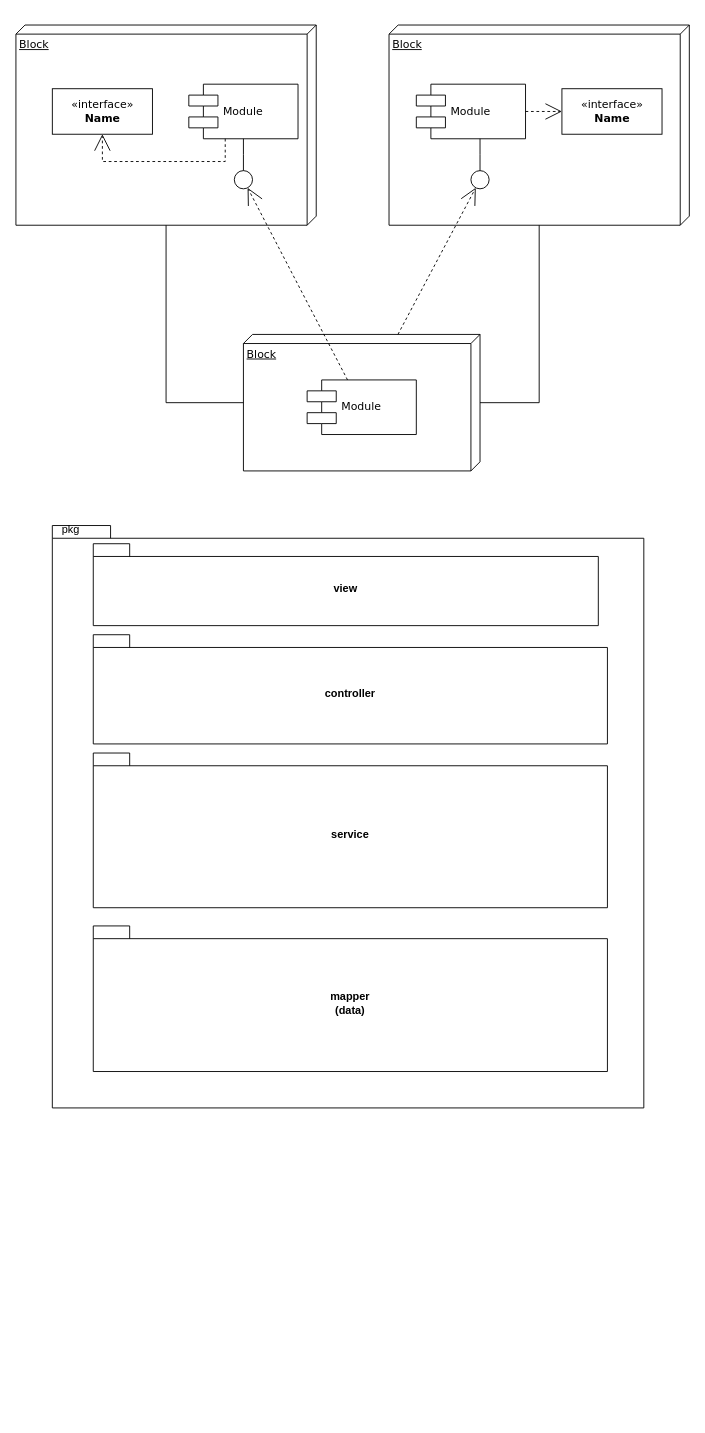
This is 包图.drawio from lar0129/draw.io, a draw.io file, before an edit. Source tidied: cells renumbered, new cells numbered last; positions are measured from the earlier drawing's top-left corner, leaving out a move shared by most shapes. Both pictures are drawn from the tidied source at 91%, with x=0, y=0 at pixel (15, 25). Pictures stored in the file or linked from it are replaced by grey dashed boxes.
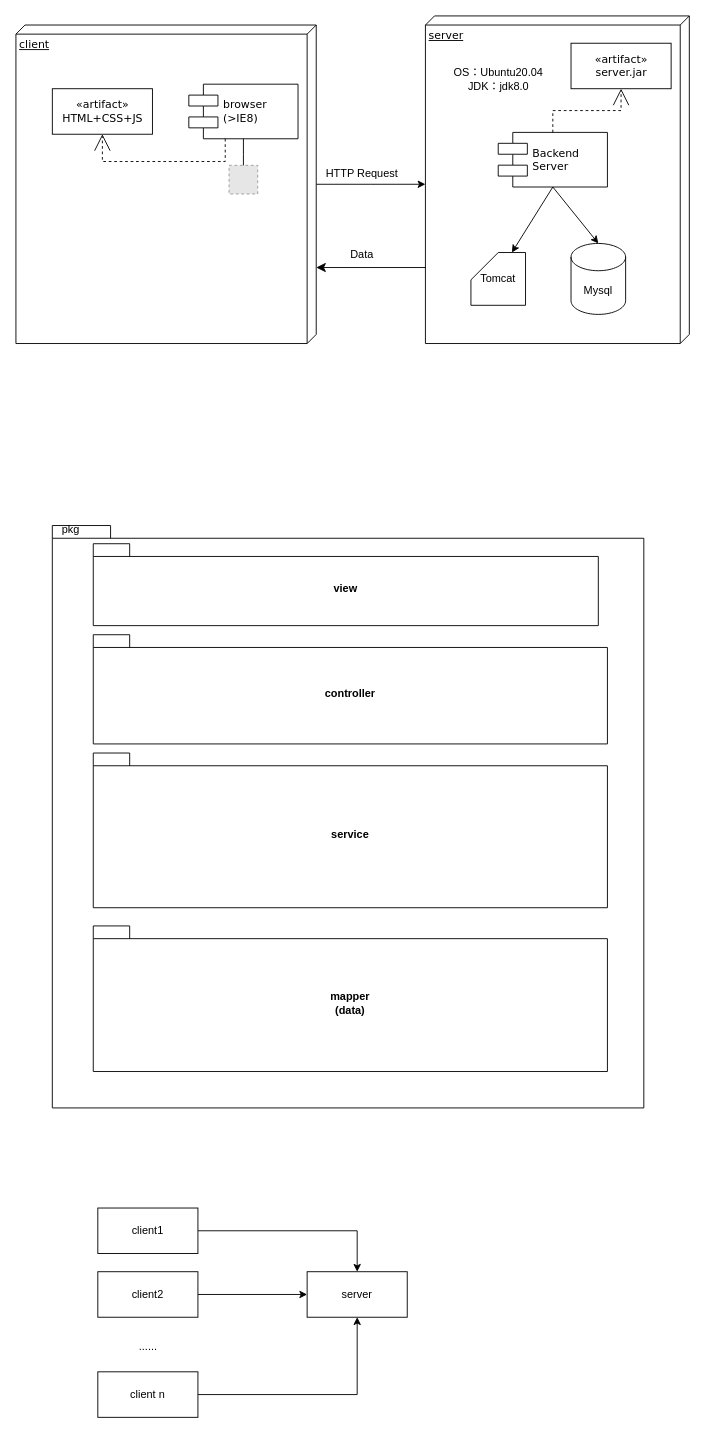
Above is the later version.

The change refers to these unchanged cells:
```xml
<mxCell id="7" style="ellipse;whiteSpace=wrap;html=1;rounded=0;shadow=0;comic=0;labelBackgroundColor=none;strokeWidth=1;fontFamily=Verdana;fontSize=12;align=center;" parent="1" vertex="1">
  <mxGeometry x="240" y="160" width="20" height="20" as="geometry" />
</mxCell>
```

The edit, as a diff of the source:
```diff
@@
+    <mxCell id="26" style="edgeStyle=orthogonalEdgeStyle;rounded=0;jettySize=auto;html=1;entryX=0;entryY=0;entryDx=185;entryDy=290;entryPerimeter=0;" parent="1" edge="1" source="2" target="3">
+      <mxGeometry relative="1" as="geometry" />
+    </mxCell>
-    <mxCell id="2" value="Block" style="verticalAlign=top;align=left;spacingTop=8;spacingLeft=2;spacingRight=12;shape=cube;size=10;direction=south;fontStyle=4;html=1;rounded=0;shadow=0;comic=0;labelBackgroundColor=none;strokeWidth=1;fontFamily=Verdana;fontSize=12;" parent="1" vertex="1">
-      <mxGeometry width="330" height="220" as="geometry" />
+    <mxCell id="2" value="client" style="verticalAlign=top;align=left;spacingTop=8;spacingLeft=2;spacingRight=12;shape=cube;size=10;direction=south;fontStyle=4;html=1;rounded=0;shadow=0;comic=0;labelBackgroundColor=none;strokeWidth=1;fontFamily=Verdana;fontSize=12;" parent="1" vertex="1">
+      <mxGeometry width="330" height="350" as="geometry" />
     </mxCell>
-    <mxCell id="3" value="Block" style="verticalAlign=top;align=left;spacingTop=8;spacingLeft=2;spacingRight=12;shape=cube;size=10;direction=south;fontStyle=4;html=1;rounded=0;shadow=0;comic=0;labelBackgroundColor=none;strokeWidth=1;fontFamily=Verdana;fontSize=12;" parent="1" vertex="1">
-      <mxGeometry x="410" width="330" height="220" as="geometry" />
+    <mxCell id="3" value="server" style="verticalAlign=top;align=left;spacingTop=8;spacingLeft=2;spacingRight=12;shape=cube;size=10;direction=south;fontStyle=4;html=1;rounded=0;shadow=0;comic=0;labelBackgroundColor=none;strokeWidth=1;fontFamily=Verdana;fontSize=12;" parent="1" vertex="1">
+      <mxGeometry x="450" y="-10" width="290" height="360" as="geometry" />
     </mxCell>
-    <mxCell id="4" value="Block" style="verticalAlign=top;align=left;spacingTop=8;spacingLeft=2;spacingRight=12;shape=cube;size=10;direction=south;fontStyle=4;html=1;rounded=0;shadow=0;comic=0;labelBackgroundColor=none;strokeWidth=1;fontFamily=Verdana;fontSize=12;" parent="1" vertex="1">
-      <mxGeometry x="250" y="340" width="260" height="150" as="geometry" />
-    </mxCell>
-    <mxCell id="5" value="&amp;laquo;interface&amp;raquo;&lt;br&gt;&lt;b&gt;Name&lt;/b&gt;" style="html=1;rounded=0;shadow=0;comic=0;labelBackgroundColor=none;strokeWidth=1;fontFamily=Verdana;fontSize=12;align=center;" parent="1" vertex="1">
+    <mxCell id="5" value="«artifact»&lt;br&gt;HTML+CSS+JS" style="html=1;rounded=0;shadow=0;comic=0;labelBackgroundColor=none;strokeWidth=1;fontFamily=Verdana;fontSize=12;align=center;" parent="1" vertex="1">
       <mxGeometry x="40" y="70" width="110" height="50" as="geometry" />
     </mxCell>
-    <mxCell id="6" value="Module" style="shape=component;align=left;spacingLeft=36;rounded=0;shadow=0;comic=0;labelBackgroundColor=none;strokeWidth=1;fontFamily=Verdana;fontSize=12;html=1;" parent="1" vertex="1">
+    <mxCell id="6" value="browser&lt;br&gt;(&amp;gt;IE8)" style="shape=component;align=left;spacingLeft=36;rounded=0;shadow=0;comic=0;labelBackgroundColor=none;strokeWidth=1;fontFamily=Verdana;fontSize=12;html=1;" parent="1" vertex="1">
       <mxGeometry x="190" y="65" width="120" height="60" as="geometry" />
     </mxCell>
@@
-    <mxCell id="8" value="Module" style="shape=component;align=left;spacingLeft=36;rounded=0;shadow=0;comic=0;labelBackgroundColor=none;strokeWidth=1;fontFamily=Verdana;fontSize=12;html=1;" parent="1" vertex="1">
-      <mxGeometry x="440" y="65" width="120" height="60" as="geometry" />
+    <mxCell id="8" value="Backend &lt;br&gt;Server" style="shape=component;align=left;spacingLeft=36;rounded=0;shadow=0;comic=0;labelBackgroundColor=none;strokeWidth=1;fontFamily=Verdana;fontSize=12;html=1;" parent="1" vertex="1">
+      <mxGeometry x="530" y="118" width="120" height="60" as="geometry" />
     </mxCell>
-    <mxCell id="9" value="&amp;laquo;interface&amp;raquo;&lt;br&gt;&lt;b&gt;Name&lt;/b&gt;" style="html=1;rounded=0;shadow=0;comic=0;labelBackgroundColor=none;strokeWidth=1;fontFamily=Verdana;fontSize=12;align=center;" parent="1" vertex="1">
-      <mxGeometry x="600" y="70" width="110" height="50" as="geometry" />
+    <mxCell id="9" value="«artifact»&lt;br style=&quot;border-color: var(--border-color);&quot;&gt;server.jar" style="html=1;rounded=0;shadow=0;comic=0;labelBackgroundColor=none;strokeWidth=1;fontFamily=Verdana;fontSize=12;align=center;" parent="1" vertex="1">
+      <mxGeometry x="610" y="20" width="110" height="50" as="geometry" />
     </mxCell>
-    <mxCell id="10" style="ellipse;whiteSpace=wrap;html=1;rounded=0;shadow=0;comic=0;labelBackgroundColor=none;strokeWidth=1;fontFamily=Verdana;fontSize=12;align=center;" parent="1" vertex="1">
-      <mxGeometry x="500" y="160" width="20" height="20" as="geometry" />
-    </mxCell>
-    <mxCell id="11" value="Module" style="shape=component;align=left;spacingLeft=36;rounded=0;shadow=0;comic=0;labelBackgroundColor=none;strokeWidth=1;fontFamily=Verdana;fontSize=12;html=1;" parent="1" vertex="1">
-      <mxGeometry x="320" y="390" width="120" height="60" as="geometry" />
-    </mxCell>
-    <mxCell id="12" style="edgeStyle=none;rounded=0;html=1;dashed=1;labelBackgroundColor=none;startArrow=none;startFill=0;startSize=8;endArrow=open;endFill=0;endSize=16;fontFamily=Verdana;fontSize=12;" parent="1" edge="1" source="11" target="7">
-      <mxGeometry relative="1" as="geometry" />
-    </mxCell>
-    <mxCell id="13" style="edgeStyle=none;rounded=0;html=1;dashed=1;labelBackgroundColor=none;startArrow=none;startFill=0;startSize=8;endArrow=open;endFill=0;endSize=16;fontFamily=Verdana;fontSize=12;" parent="1" edge="1" source="4" target="10">
-      <mxGeometry relative="1" as="geometry" />
-    </mxCell>
-    <mxCell id="14" style="edgeStyle=elbowEdgeStyle;rounded=0;html=1;labelBackgroundColor=none;startArrow=none;startFill=0;startSize=8;endArrow=none;endFill=0;endSize=16;fontFamily=Verdana;fontSize=12;" parent="1" edge="1" source="10" target="8">
-      <mxGeometry relative="1" as="geometry" />
-    </mxCell>
@@
-    <mxCell id="18" style="edgeStyle=orthogonalEdgeStyle;rounded=0;html=1;labelBackgroundColor=none;startArrow=none;startFill=0;startSize=8;endArrow=none;endFill=0;endSize=16;fontFamily=Verdana;fontSize=12;" parent="1" edge="1" source="4" target="3">
-      <mxGeometry relative="1" as="geometry">
-        <Array as="points">
-          <mxPoint x="575" y="415" />
-        </Array>
-      </mxGeometry>
-    </mxCell>
-    <mxCell id="19" style="edgeStyle=orthogonalEdgeStyle;rounded=0;html=1;labelBackgroundColor=none;startArrow=none;startFill=0;startSize=8;endArrow=none;endFill=0;endSize=16;fontFamily=Verdana;fontSize=12;" parent="1" edge="1" source="4" target="2">
-      <mxGeometry relative="1" as="geometry">
-        <Array as="points">
-          <mxPoint x="165" y="415" />
-        </Array>
-      </mxGeometry>
-    </mxCell>
@@
+    <mxCell id="27" style="edgeStyle=orthogonalEdgeStyle;rounded=0;jettySize=auto;html=1;" parent="1" edge="1" source="28" target="34">
+      <mxGeometry relative="1" as="geometry" />
+    </mxCell>
+    <mxCell id="28" value="client1" style="html=1;whiteSpace=wrap;" parent="1" vertex="1">
+      <mxGeometry x="90" y="1300" width="110" height="50" as="geometry" />
+    </mxCell>
+    <mxCell id="29" style="edgeStyle=orthogonalEdgeStyle;rounded=0;jettySize=auto;html=1;entryX=0;entryY=0.5;entryDx=0;entryDy=0;" parent="1" edge="1" source="30" target="34">
+      <mxGeometry relative="1" as="geometry" />
+    </mxCell>
+    <mxCell id="30" value="client2" style="html=1;whiteSpace=wrap;" parent="1" vertex="1">
+      <mxGeometry x="90" y="1370" width="110" height="50" as="geometry" />
+    </mxCell>
+    <mxCell id="31" style="edgeStyle=orthogonalEdgeStyle;rounded=0;jettySize=auto;html=1;entryX=0.5;entryY=1;entryDx=0;entryDy=0;" parent="1" edge="1" source="32" target="34">
+      <mxGeometry relative="1" as="geometry" />
+    </mxCell>
+    <mxCell id="32" value="client n" style="html=1;whiteSpace=wrap;" parent="1" vertex="1">
+      <mxGeometry x="90" y="1480" width="110" height="50" as="geometry" />
+    </mxCell>
+    <mxCell id="33" value="......" style="text;html=1;align=center;verticalAlign=middle;strokeColor=none;fillColor=none;" parent="1" vertex="1">
+      <mxGeometry x="125" y="1438" width="40" height="30" as="geometry" />
+    </mxCell>
+    <mxCell id="34" value="server" style="html=1;whiteSpace=wrap;" parent="1" vertex="1">
+      <mxGeometry x="320" y="1370" width="110" height="50" as="geometry" />
+    </mxCell>
+    <mxCell id="35" style="fillColor=#E6E6E6;strokeColor=#999999;dashed=1;verticalLabelPosition=bottom;labelBackgroundColor=default;verticalAlign=top;" parent="1" vertex="1">
+      <mxGeometry x="234.2" y="154.2" width="31.5" height="31.5" as="geometry" />
+    </mxCell>
+    <mxCell id="36" value="HTTP Request" style="text;html=1;align=center;verticalAlign=middle;strokeColor=none;fillColor=none;" parent="1" vertex="1">
+      <mxGeometry x="330" y="148" width="100" height="30" as="geometry" />
+    </mxCell>
+    <mxCell id="37" style="edgeStyle=segmentEdgeStyle;endArrow=classic;html=1;curved=0;rounded=0;endSize=8;startSize=8;exitX=0.768;exitY=0.999;exitDx=0;exitDy=0;exitPerimeter=0;" parent="1" edge="1" source="3" target="2">
+      <mxGeometry relative="1" as="geometry" />
+    </mxCell>
+    <mxCell id="38" value="Data" style="text;html=1;align=center;verticalAlign=middle;strokeColor=none;fillColor=none;" parent="1" vertex="1">
+      <mxGeometry x="355" y="238" width="50" height="30" as="geometry" />
+    </mxCell>
+    <mxCell id="39" value="Mysql" style="shape=cylinder3;whiteSpace=wrap;html=1;boundedLbl=1;backgroundOutline=1;size=15;" parent="1" vertex="1">
+      <mxGeometry x="610" y="240" width="60" height="78" as="geometry" />
+    </mxCell>
+    <mxCell id="40" value="Tomcat" style="shape=card;whiteSpace=wrap;html=1;" parent="1" vertex="1">
+      <mxGeometry x="500" y="250" width="60" height="58" as="geometry" />
+    </mxCell>
+    <mxCell id="41" style="endArrow=classic;html=1;rounded=0;exitX=0.5;exitY=1;exitDx=0;exitDy=0;entryX=0;entryY=0;entryDx=45;entryDy=0;entryPerimeter=0;" parent="1" edge="1" source="8" target="40">
+      <mxGeometry relative="1" as="geometry" />
+    </mxCell>
+    <mxCell id="42" style="endArrow=classic;html=1;rounded=0;entryX=0.5;entryY=0;entryDx=0;entryDy=0;entryPerimeter=0;exitX=0.5;exitY=1;exitDx=0;exitDy=0;" parent="1" edge="1" source="8" target="39">
+      <mxGeometry relative="1" as="geometry" />
+    </mxCell>
+    <mxCell id="43" value="OS：Ubuntu20.04&lt;br&gt;JDK：jdk8.0" style="text;html=1;align=center;verticalAlign=middle;strokeColor=none;fillColor=none;" parent="1" vertex="1">
+      <mxGeometry x="470" y="40" width="120" height="40" as="geometry" />
+    </mxCell>
```
